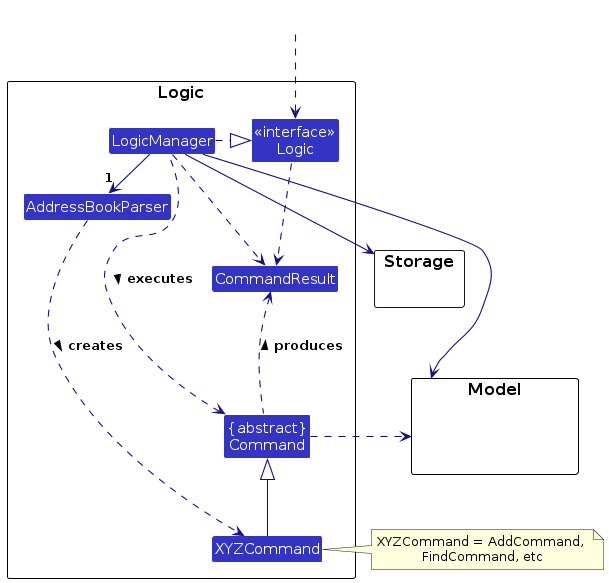
wjayee/tp keeps this PlantUML diagram as diagrams/LogicClassDiagram.png. Above is the earlier version. Its source is kept beside it as diagrams/LogicClassDiagram.puml. Its diagram source:
```plantuml
@startuml
!include style.puml
skinparam arrowThickness 1.1
skinparam arrowColor LOGIC_COLOR_T4
skinparam classBackgroundColor LOGIC_COLOR

package Logic as LogicPackage {

Class AddressBookParser
Class XYZCommand
Class CommandResult
Class "{abstract}\nCommand" as Command


Class "<<interface>>\nLogic" as Logic
Class LogicManager
}

package Model {
Class HiddenModel #FFFFFF
}

package Storage {
}

Class HiddenOutside #FFFFFF
HiddenOutside ..> Logic

LogicManager .right.|> Logic
LogicManager -right->"1" AddressBookParser
AddressBookParser ..> XYZCommand : creates >

XYZCommand -up-|> Command
LogicManager .left.> Command : executes >

LogicManager --> Model
LogicManager --> Storage
Storage --[hidden] Model
Command .[hidden]up.> Storage
Command .right.> Model
note right of XYZCommand: XYZCommand = AddCommand, \nFindCommand, etc

Logic ..> CommandResult
LogicManager .down.> CommandResult
Command .up.> CommandResult : produces >
@enduml
```
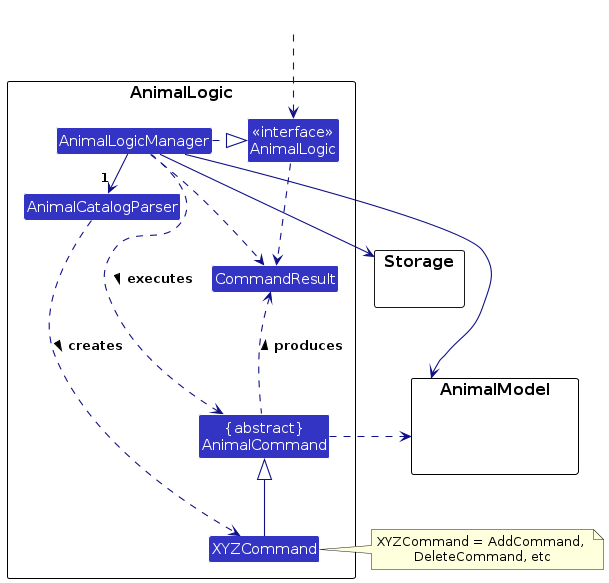
Later version of the same file.

The edit, as a diff of the source:
```diff
@@ -4,19 +4,19 @@
 skinparam arrowColor LOGIC_COLOR_T4
 skinparam classBackgroundColor LOGIC_COLOR
 
-package Logic as LogicPackage {
+package AnimalLogic as LogicPackage {
 
-Class AddressBookParser
+Class AnimalCatalogParser
 Class XYZCommand
 Class CommandResult
-Class "{abstract}\nCommand" as Command
+Class "{abstract}\nAnimalCommand" as AnimalCommand
 
 
-Class "<<interface>>\nLogic" as Logic
-Class LogicManager
+Class "<<interface>>\nAnimalLogic" as AnimalLogic
+Class AnimalLogicManager
 }
 
-package Model {
+package AnimalModel {
 Class HiddenModel #FFFFFF
 }
 
@@ -24,23 +24,23 @@
 }
 
 Class HiddenOutside #FFFFFF
-HiddenOutside ..> Logic
+HiddenOutside ..> AnimalLogic
 
-LogicManager .right.|> Logic
-LogicManager -right->"1" AddressBookParser
-AddressBookParser ..> XYZCommand : creates >
+AnimalLogicManager .right.|> AnimalLogic
+AnimalLogicManager -right->"1" AnimalCatalogParser
+AnimalCatalogParser ..> XYZCommand : creates >
 
-XYZCommand -up-|> Command
-LogicManager .left.> Command : executes >
+XYZCommand -up-|> AnimalCommand
+AnimalLogicManager .left.> AnimalCommand : executes >
 
-LogicManager --> Model
-LogicManager --> Storage
-Storage --[hidden] Model
-Command .[hidden]up.> Storage
-Command .right.> Model
-note right of XYZCommand: XYZCommand = AddCommand, \nFindCommand, etc
+AnimalLogicManager --> AnimalModel
+AnimalLogicManager --> Storage
+Storage --[hidden] AnimalModel
+AnimalCommand .[hidden]up.> Storage
+AnimalCommand .right.> AnimalModel
+note right of XYZCommand: XYZCommand = AddCommand, \nDeleteCommand, etc
 
-Logic ..> CommandResult
-LogicManager .down.> CommandResult
-Command .up.> CommandResult : produces >
+AnimalLogic ..> CommandResult
+AnimalLogicManager .down.> CommandResult
+AnimalCommand .up.> CommandResult : produces >
 @enduml
```
